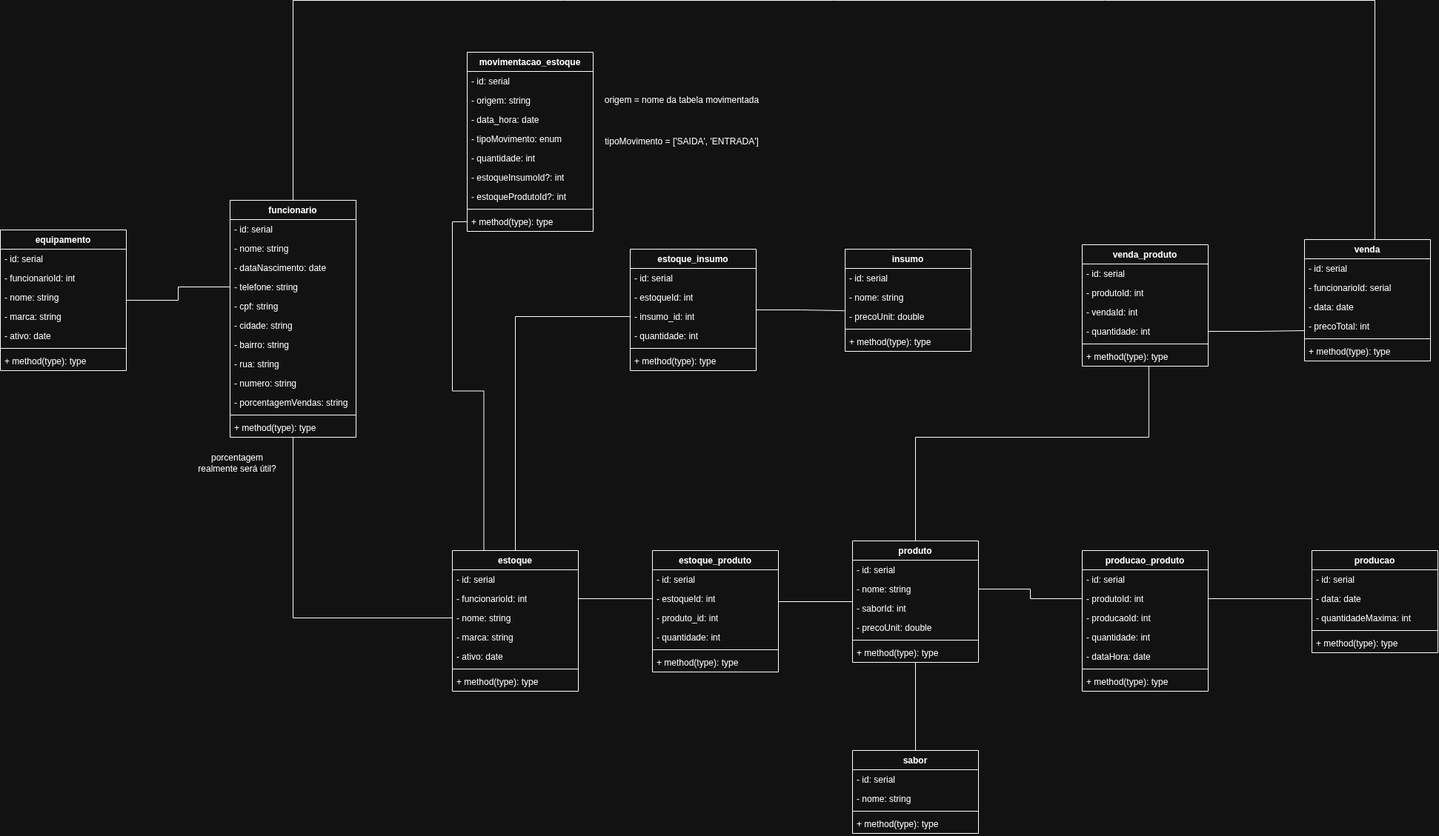
kaue0000/autonium-api keeps this draw.io diagram as docs/diagramas/diagrama-de-classes.png. Above is the earlier version. Source tidied: cells renumbered, new cells last; positions are measured from the earlier drawing's top-left corner, leaving out a move shared by most shapes.
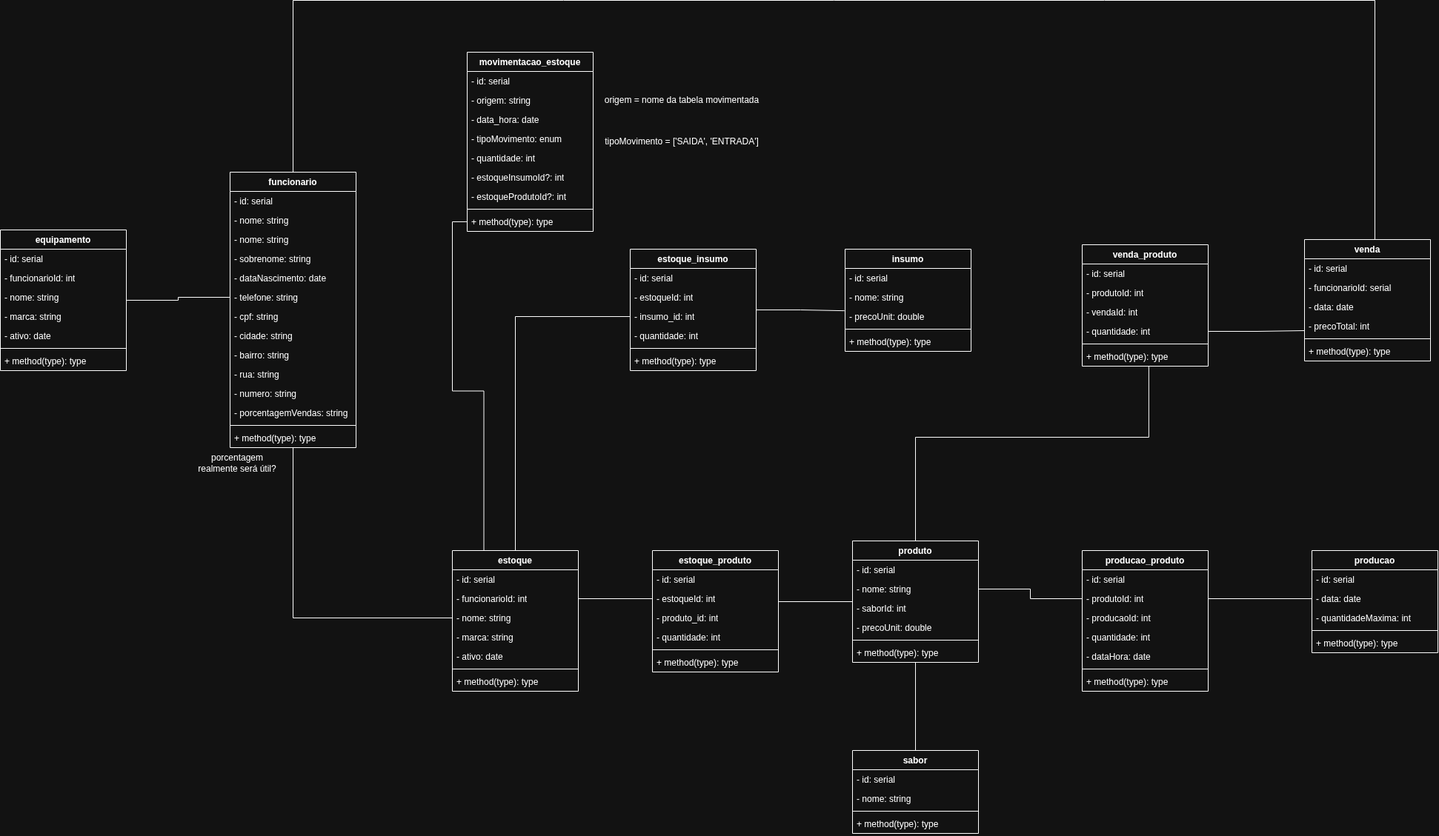
Above is the later version.

Commit message:
docs: Adiciona campo sobrenome ao funcionário

Change to the diagram source:
```diff
@@ -14,7 +14,7 @@
       </mxGeometry>
     </mxCell>
     <mxCell id="4" value="funcionario" style="swimlane;fontStyle=1;align=center;verticalAlign=top;horizontal=1;startSize=26;whiteSpace=wrap;html=1;" parent="1" vertex="1">
-      <mxGeometry x="310" y="270" width="170" height="320" as="geometry" />
+      <mxGeometry x="310" y="232" width="170" height="372" as="geometry" />
     </mxCell>
     <mxCell id="5" value="- id: serial" style="text;strokeColor=none;fillColor=none;align=left;verticalAlign=top;spacingLeft=4;spacingRight=4;overflow=hidden;whiteSpace=wrap;html=1;" parent="4" vertex="1">
       <mxGeometry y="26" width="170" height="26" as="geometry" />
@@ -22,35 +22,41 @@
     <mxCell id="6" value="- nome: string" style="text;strokeColor=none;fillColor=none;align=left;verticalAlign=top;spacingLeft=4;spacingRight=4;overflow=hidden;whiteSpace=wrap;html=1;" parent="4" vertex="1">
       <mxGeometry y="52" width="170" height="26" as="geometry" />
     </mxCell>
+    <mxCell id="117" value="- nome: string" style="text;strokeColor=none;fillColor=none;align=left;verticalAlign=top;spacingLeft=4;spacingRight=4;overflow=hidden;whiteSpace=wrap;html=1;" parent="4" vertex="1">
+      <mxGeometry y="78" width="170" height="26" as="geometry" />
+    </mxCell>
+    <mxCell id="118" value="- sobrenome: string" style="text;strokeColor=none;fillColor=none;align=left;verticalAlign=top;spacingLeft=4;spacingRight=4;overflow=hidden;whiteSpace=wrap;html=1;" parent="4" vertex="1">
+      <mxGeometry y="104" width="170" height="26" as="geometry" />
+    </mxCell>
     <mxCell id="7" value="- dataNascimento: date" style="text;strokeColor=none;fillColor=none;align=left;verticalAlign=top;spacingLeft=4;spacingRight=4;overflow=hidden;whiteSpace=wrap;html=1;" parent="4" vertex="1">
-      <mxGeometry y="78" width="170" height="26" as="geometry" />
+      <mxGeometry y="130" width="170" height="26" as="geometry" />
     </mxCell>
     <mxCell id="8" value="- telefone: string" style="text;strokeColor=none;fillColor=none;align=left;verticalAlign=top;spacingLeft=4;spacingRight=4;overflow=hidden;points=[[0,0.5],[1,0.5]];portConstraint=eastwest;whiteSpace=wrap;html=1;" parent="4" vertex="1">
-      <mxGeometry y="104" width="170" height="26" as="geometry" />
+      <mxGeometry y="156" width="170" height="26" as="geometry" />
     </mxCell>
     <mxCell id="9" value="- cpf: string" style="text;strokeColor=none;fillColor=none;align=left;verticalAlign=top;spacingLeft=4;spacingRight=4;overflow=hidden;whiteSpace=wrap;html=1;" parent="4" vertex="1">
-      <mxGeometry y="130" width="170" height="26" as="geometry" />
+      <mxGeometry y="182" width="170" height="26" as="geometry" />
     </mxCell>
     <mxCell id="10" value="- cidade: string" style="text;strokeColor=none;fillColor=none;align=left;verticalAlign=top;spacingLeft=4;spacingRight=4;overflow=hidden;whiteSpace=wrap;html=1;" parent="4" vertex="1">
-      <mxGeometry y="156" width="170" height="26" as="geometry" />
+      <mxGeometry y="208" width="170" height="26" as="geometry" />
     </mxCell>
     <mxCell id="11" value="- bairro: string" style="text;strokeColor=none;fillColor=none;align=left;verticalAlign=top;spacingLeft=4;spacingRight=4;overflow=hidden;whiteSpace=wrap;html=1;" parent="4" vertex="1">
-      <mxGeometry y="182" width="170" height="26" as="geometry" />
+      <mxGeometry y="234" width="170" height="26" as="geometry" />
     </mxCell>
     <mxCell id="12" value="- rua: string" style="text;strokeColor=none;fillColor=none;align=left;verticalAlign=top;spacingLeft=4;spacingRight=4;overflow=hidden;whiteSpace=wrap;html=1;" parent="4" vertex="1">
-      <mxGeometry y="208" width="170" height="26" as="geometry" />
+      <mxGeometry y="260" width="170" height="26" as="geometry" />
     </mxCell>
     <mxCell id="13" value="- numero: string" style="text;strokeColor=none;fillColor=none;align=left;verticalAlign=top;spacingLeft=4;spacingRight=4;overflow=hidden;whiteSpace=wrap;html=1;" parent="4" vertex="1">
-      <mxGeometry y="234" width="170" height="26" as="geometry" />
+      <mxGeometry y="286" width="170" height="26" as="geometry" />
     </mxCell>
     <mxCell id="14" value="- porcentagemVendas: string" style="text;strokeColor=none;fillColor=none;align=left;verticalAlign=top;spacingLeft=4;spacingRight=4;overflow=hidden;whiteSpace=wrap;html=1;" parent="4" vertex="1">
-      <mxGeometry y="260" width="170" height="26" as="geometry" />
+      <mxGeometry y="312" width="170" height="26" as="geometry" />
     </mxCell>
     <mxCell id="15" style="line;strokeWidth=1;fillColor=none;align=left;verticalAlign=middle;spacingTop=-1;spacingLeft=3;spacingRight=3;labelPosition=right;strokeColor=inherit;labelPerimeter=1;" parent="4" vertex="1">
-      <mxGeometry y="286" width="170" height="8" as="geometry" />
+      <mxGeometry y="338" width="170" height="8" as="geometry" />
     </mxCell>
     <mxCell id="16" value="+ method(type): type" style="text;strokeColor=none;fillColor=none;align=left;verticalAlign=top;spacingLeft=4;spacingRight=4;overflow=hidden;whiteSpace=wrap;html=1;" parent="4" vertex="1">
-      <mxGeometry y="294" width="170" height="26" as="geometry" />
+      <mxGeometry y="346" width="170" height="26" as="geometry" />
     </mxCell>
     <mxCell id="17" value="porcentagem realmente será útil?" style="text;html=1;whiteSpace=wrap;strokeColor=none;fillColor=none;align=center;verticalAlign=middle;rounded=0;" parent="1" vertex="1">
       <mxGeometry x="260" y="610" width="120" height="30" as="geometry" />
```
